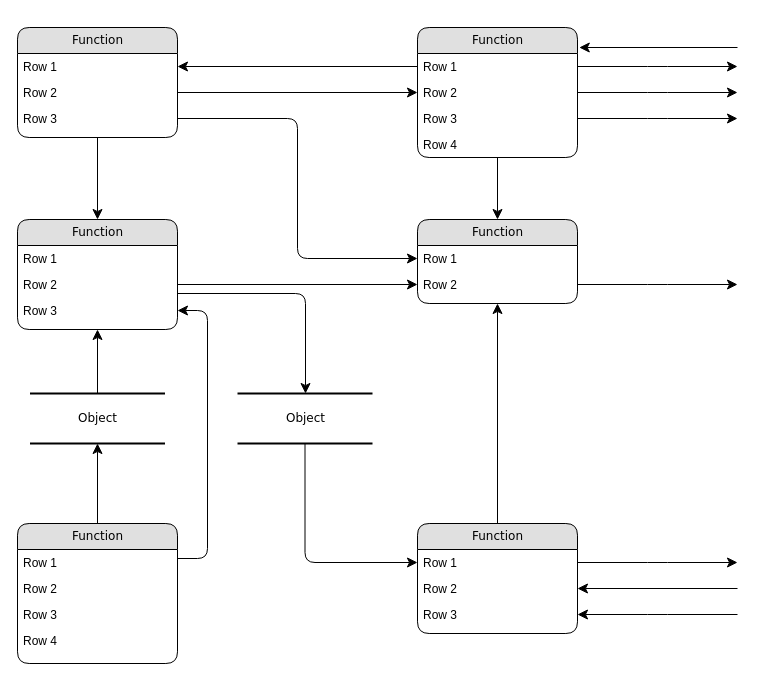
snjugunanjenga/e-commerce-database-design keeps this draw.io diagram as erd.drawio. Above is the earlier version. Source tidied: cells renumbered, new cells numbered last; positions are measured from the earlier drawing's top-left corner, leaving out a move shared by most shapes. Both pictures are drawn from the tidied source at 100%, with x=0, y=0 at pixel (17, 27).
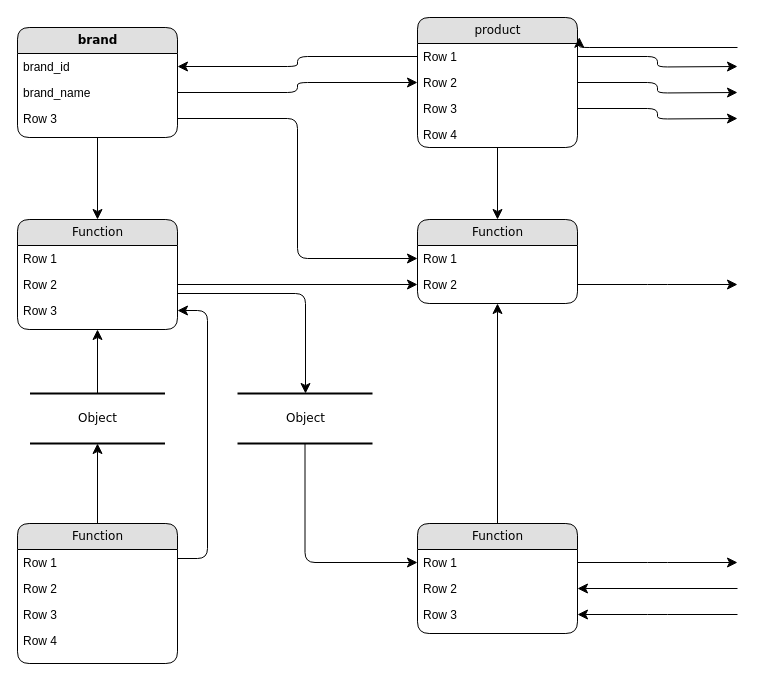
After the change.

Commit message (it also covers changes not shown here):
Added:  ERD design image

The edit, as a diff of the source:
```diff
@@
-    <mxCell id="3" value="Function" style="swimlane;html=1;fontStyle=0;horizontal=1;startSize=26;fillColor=#e0e0e0;swimlaneFillColor=#ffffff;align=center;rounded=1;shadow=0;comic=0;labelBackgroundColor=none;strokeWidth=1;fontFamily=Verdana;fontSize=12;" parent="1" vertex="1">
+    <mxCell id="3" value="&lt;b&gt;brand&lt;/b&gt;" style="swimlane;html=1;fontStyle=0;horizontal=1;startSize=26;fillColor=#e0e0e0;swimlaneFillColor=#ffffff;align=center;rounded=1;shadow=0;comic=0;labelBackgroundColor=none;strokeWidth=1;fontFamily=Verdana;fontSize=12;" parent="1" vertex="1">
       <mxGeometry width="160" height="110" as="geometry" />
     </mxCell>
-    <mxCell id="4" value="Row 1" style="text;html=1;strokeColor=none;fillColor=none;spacingLeft=4;spacingRight=4;whiteSpace=wrap;overflow=hidden;points=[[0,0.5],[1,0.5]];portConstraint=eastwest;" parent="3" vertex="1">
+    <mxCell id="4" value="brand_id" style="text;html=1;strokeColor=none;fillColor=none;spacingLeft=4;spacingRight=4;whiteSpace=wrap;overflow=hidden;points=[[0,0.5],[1,0.5]];portConstraint=eastwest;" parent="3" vertex="1">
       <mxGeometry y="26" width="160" height="26" as="geometry" />
     </mxCell>
-    <mxCell id="5" value="Row 2" style="text;html=1;strokeColor=none;fillColor=none;spacingLeft=4;spacingRight=4;whiteSpace=wrap;overflow=hidden;points=[[0,0.5],[1,0.5]];portConstraint=eastwest;" parent="3" vertex="1">
+    <mxCell id="5" value="brand_name" style="text;html=1;strokeColor=none;fillColor=none;spacingLeft=4;spacingRight=4;whiteSpace=wrap;overflow=hidden;points=[[0,0.5],[1,0.5]];portConstraint=eastwest;" parent="3" vertex="1">
       <mxGeometry y="52" width="160" height="26" as="geometry" />
     </mxCell>
@@
-    <mxCell id="7" value="Function" style="swimlane;html=1;fontStyle=0;horizontal=1;startSize=26;fillColor=#e0e0e0;swimlaneFillColor=#ffffff;align=center;rounded=1;shadow=0;comic=0;labelBackgroundColor=none;strokeWidth=1;fontFamily=Verdana;fontSize=12;" parent="1" vertex="1">
-      <mxGeometry x="400" width="160" height="130" as="geometry" />
+    <mxCell id="7" value="product" style="swimlane;html=1;fontStyle=0;horizontal=1;startSize=26;fillColor=#e0e0e0;swimlaneFillColor=#ffffff;align=center;rounded=1;shadow=0;comic=0;labelBackgroundColor=none;strokeWidth=1;fontFamily=Verdana;fontSize=12;" parent="1" vertex="1">
+      <mxGeometry x="400" y="-10" width="160" height="130" as="geometry" />
     </mxCell>
```
